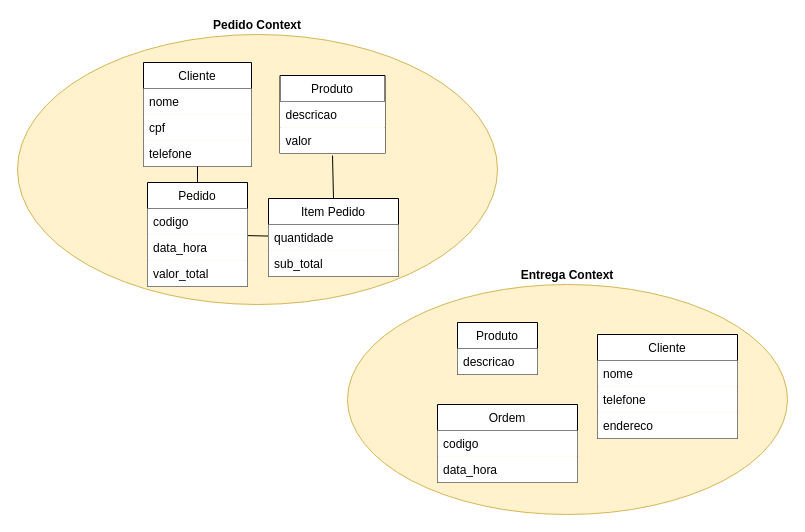
cesarbcruz/poc-nestjs-ddd keeps this draw.io diagram as POC_DDD.drawio. Above is the earlier version. Source tidied: cells renumbered, new cells numbered last; positions are measured from the earlier drawing's top-left corner, leaving out a move shared by most shapes. Both pictures are drawn from the tidied source at 100%, with x=0, y=0 at pixel (17, 34).
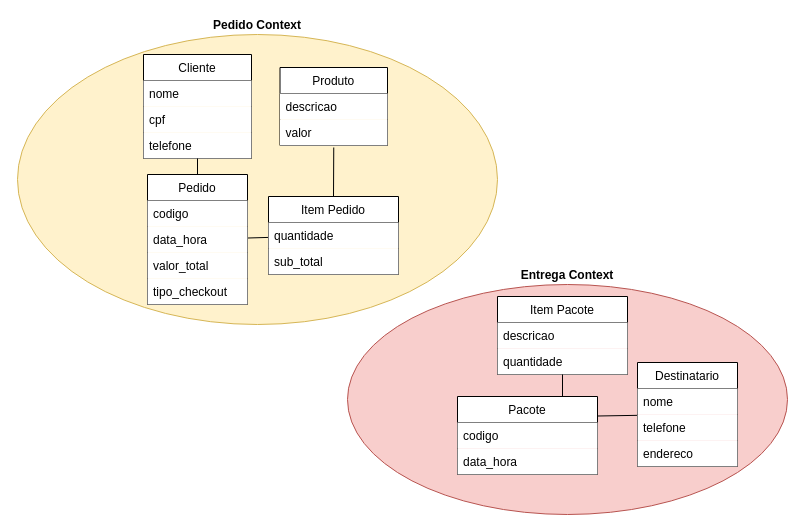
After the change.

Change to the diagram source:
```diff
@@
     <mxCell id="2" value="&lt;b&gt;Pedido Context&lt;/b&gt;" style="ellipse;whiteSpace=wrap;html=1;labelPosition=center;verticalLabelPosition=top;align=center;verticalAlign=bottom;fillColor=#fff2cc;strokeColor=#d6b656;" parent="1" vertex="1">
-      <mxGeometry width="480" height="270" as="geometry" />
+      <mxGeometry width="480" height="290" as="geometry" />
     </mxCell>
-    <mxCell id="3" value="&lt;b&gt;Entrega Context&lt;/b&gt;" style="ellipse;whiteSpace=wrap;html=1;labelPosition=center;verticalLabelPosition=top;align=center;verticalAlign=bottom;fillColor=#fff2cc;strokeColor=#d6b656;" parent="1" vertex="1">
+    <mxCell id="3" value="&lt;b&gt;Entrega Context&lt;/b&gt;" style="ellipse;whiteSpace=wrap;html=1;labelPosition=center;verticalLabelPosition=top;align=center;verticalAlign=bottom;fillColor=#f8cecc;strokeColor=#b85450;" parent="1" vertex="1">
       <mxGeometry x="330" y="250" width="440" height="230" as="geometry" />
     </mxCell>
     <mxCell id="4" value="Cliente" style="swimlane;fontStyle=0;horizontal=1;startSize=26;" parent="1" vertex="1">
-      <mxGeometry x="126" y="28" width="108" height="104" as="geometry" />
+      <mxGeometry x="126" y="20" width="108" height="104" as="geometry" />
     </mxCell>
@@
     <mxCell id="8" value="Produto" style="swimlane;fontStyle=0;horizontal=1;startSize=26;" parent="1" vertex="1">
-      <mxGeometry x="262.5" y="41" width="105" height="78" as="geometry" />
+      <mxGeometry x="262.5" y="33" width="107.5" height="78" as="geometry" />
     </mxCell>
     <mxCell id="9" value="descricao" style="text;strokeColor=none;align=left;verticalAlign=top;spacingLeft=4;spacingRight=4;overflow=hidden;fillColor=#ffffff;" parent="8" vertex="1">
-      <mxGeometry y="26" width="105" height="26" as="geometry" />
+      <mxGeometry y="26" width="107.5" height="26" as="geometry" />
     </mxCell>
     <mxCell id="10" value="valor" style="text;strokeColor=none;align=left;verticalAlign=top;spacingLeft=4;spacingRight=4;overflow=hidden;points=[[0,0.5],[1,0.5]];portConstraint=eastwest;fillColor=#ffffff;" parent="8" vertex="1">
-      <mxGeometry y="52" width="105" height="26" as="geometry" />
+      <mxGeometry y="52" width="107.5" height="26" as="geometry" />
     </mxCell>
@@
     <mxCell id="13" value="Pedido" style="swimlane;fontStyle=0;horizontal=1;startSize=26;" parent="1" vertex="1">
-      <mxGeometry x="130" y="148" width="100" height="104" as="geometry" />
+      <mxGeometry x="130" y="140" width="100" height="130" as="geometry" />
     </mxCell>
@@
+    <mxCell id="30" value="tipo_checkout" style="text;strokeColor=none;align=left;verticalAlign=top;spacingLeft=4;spacingRight=4;overflow=hidden;fillColor=#ffffff;" parent="13" vertex="1">
+      <mxGeometry y="104" width="100" height="26" as="geometry" />
+    </mxCell>
-    <mxCell id="17" value="Produto" style="swimlane;fontStyle=0;horizontal=1;startSize=26;" parent="1" vertex="1">
-      <mxGeometry x="440" y="288" width="80" height="52" as="geometry" />
+    <mxCell id="17" value="Item Pacote" style="swimlane;fontStyle=0;horizontal=1;startSize=26;" parent="1" vertex="1">
+      <mxGeometry x="480" y="262" width="130" height="78" as="geometry" />
     </mxCell>
     <mxCell id="18" value="descricao" style="text;strokeColor=none;align=left;verticalAlign=top;spacingLeft=4;spacingRight=4;overflow=hidden;fillColor=#ffffff;" parent="17" vertex="1">
-      <mxGeometry y="26" width="80" height="26" as="geometry" />
+      <mxGeometry y="26" width="130" height="26" as="geometry" />
     </mxCell>
+    <mxCell id="31" value="quantidade" style="text;strokeColor=none;align=left;verticalAlign=top;spacingLeft=4;spacingRight=4;overflow=hidden;points=[[0,0.5],[1,0.5]];portConstraint=eastwest;fillColor=#ffffff;" parent="17" vertex="1">
+      <mxGeometry y="52" width="130" height="26" as="geometry" />
+    </mxCell>
-    <mxCell id="19" value="Ordem" style="swimlane;fontStyle=0;horizontal=1;startSize=26;" parent="1" vertex="1">
-      <mxGeometry x="420" y="370" width="140" height="78" as="geometry" />
+    <mxCell id="19" value="Pacote" style="swimlane;fontStyle=0;horizontal=1;startSize=26;" parent="1" vertex="1">
+      <mxGeometry x="440" y="362" width="140" height="78" as="geometry" />
     </mxCell>
@@
+    <mxCell id="32" style="edgeStyle=none;rounded=0;jettySize=auto;html=1;endArrow=none;endFill=0;entryX=1;entryY=0.25;entryDx=0;entryDy=0;" parent="1" edge="1" source="22" target="19">
+      <mxGeometry relative="1" as="geometry" />
+    </mxCell>
-    <mxCell id="22" value="Cliente" style="swimlane;fontStyle=0;horizontal=1;startSize=26;" parent="1" vertex="1">
-      <mxGeometry x="580" y="300" width="140" height="104" as="geometry" />
+    <mxCell id="22" value="Destinatario" style="swimlane;fontStyle=0;horizontal=1;startSize=26;" parent="1" vertex="1">
+      <mxGeometry x="620" y="328" width="100" height="104" as="geometry" />
     </mxCell>
     <mxCell id="23" value="nome" style="text;strokeColor=none;align=left;verticalAlign=top;spacingLeft=4;spacingRight=4;overflow=hidden;fillColor=#ffffff;" parent="22" vertex="1">
-      <mxGeometry y="26" width="140" height="26" as="geometry" />
+      <mxGeometry y="26" width="100" height="26" as="geometry" />
     </mxCell>
     <mxCell id="24" value="telefone" style="text;strokeColor=none;align=left;verticalAlign=top;spacingLeft=4;spacingRight=4;overflow=hidden;fillColor=#ffffff;" parent="22" vertex="1">
-      <mxGeometry y="52" width="140" height="26" as="geometry" />
+      <mxGeometry y="52" width="100" height="26" as="geometry" />
     </mxCell>
     <mxCell id="25" value="endereco" style="text;strokeColor=none;align=left;verticalAlign=top;spacingLeft=4;spacingRight=4;overflow=hidden;fillColor=#ffffff;" parent="22" vertex="1">
-      <mxGeometry y="78" width="140" height="26" as="geometry" />
+      <mxGeometry y="78" width="100" height="26" as="geometry" />
     </mxCell>
@@
     <mxCell id="27" value="Item Pedido" style="swimlane;fontStyle=0;horizontal=1;startSize=26;" parent="1" vertex="1">
-      <mxGeometry x="251" y="164" width="130" height="78" as="geometry" />
+      <mxGeometry x="251" y="162" width="130" height="78" as="geometry" />
     </mxCell>
@@
+    <mxCell id="33" style="edgeStyle=none;rounded=0;jettySize=auto;html=1;entryX=0.75;entryY=0;entryDx=0;entryDy=0;endArrow=none;endFill=0;" parent="1" edge="1" source="31" target="19">
+      <mxGeometry relative="1" as="geometry" />
+    </mxCell>
```
